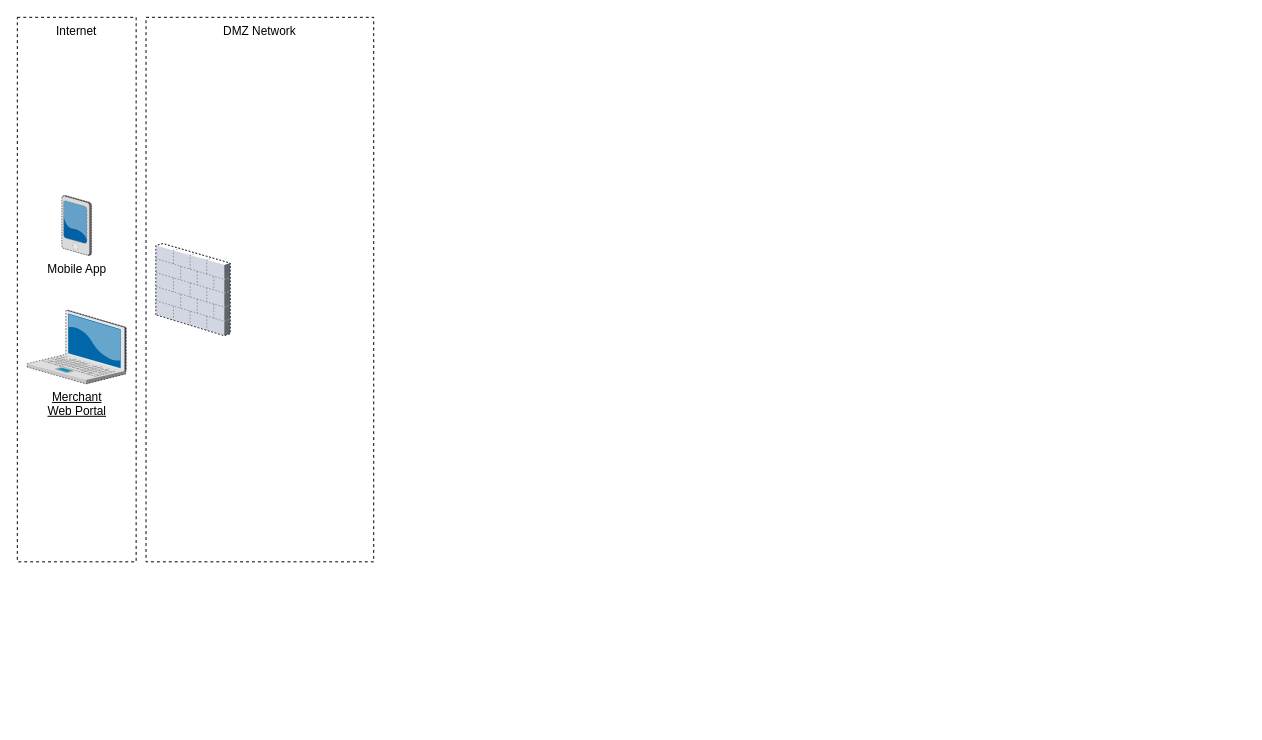
Above: Диаграмма без названия.drawio in psih0z/draw.io (draw.io), before the change. Source tidied: cells renumbered, new cells numbered last; positions are measured from the earlier drawing's top-left corner, leaving out a move shared by most shapes. Both pictures are drawn from the tidied source at 99%, with x=0, y=0 at pixel (17, 17).
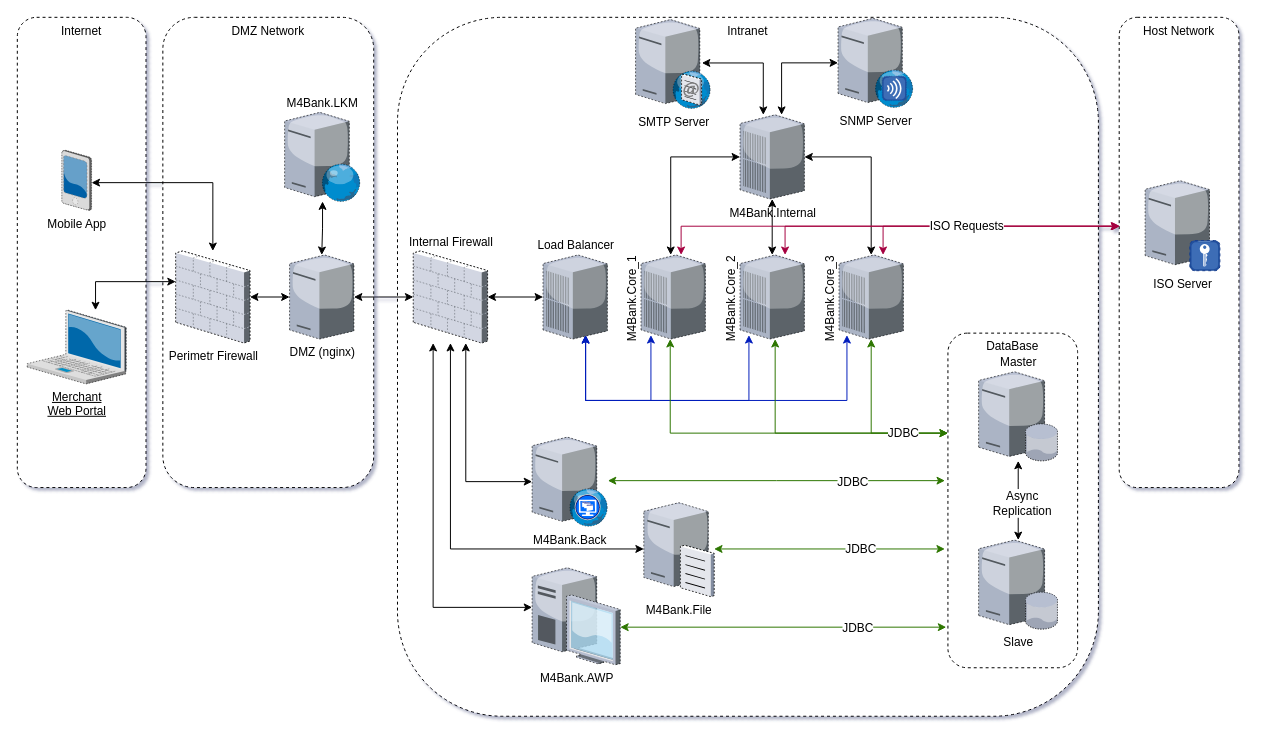
The same page after the edit.

The change refers to these unchanged cells:
```xml
<mxCell id="6" value="Merchant&lt;br&gt;Web Portal" style="verticalLabelPosition=bottom;html=1;verticalAlign=top;strokeColor=none;align=center;outlineConnect=0;shape=mxgraph.citrix.laptop_2;dashed=1;fontStyle=4;" parent="1" vertex="1">
  <mxGeometry x="10" y="295.8" width="100" height="74.5" as="geometry" />
</mxCell>
```

What changed in the source:
```diff
@@
-<mxGraphModel>
+<mxGraphModel shadow="1">
@@
+    <mxCell id="7" value="Host Network" style="whiteSpace=wrap;html=1;dashed=1;verticalAlign=top;rounded=1;" parent="1" vertex="1">
+      <mxGeometry x="1113" width="121" height="475" as="geometry" />
+    </mxCell>
+    <mxCell id="8" value="Intranet" style="whiteSpace=wrap;html=1;dashed=1;verticalAlign=top;rounded=1;" parent="1" vertex="1">
+      <mxGeometry x="384" width="708" height="706" as="geometry" />
+    </mxCell>
+    <mxCell id="3" value="DMZ Network" style="whiteSpace=wrap;html=1;dashed=1;verticalAlign=top;rounded=1;" parent="1" vertex="1">
+      <mxGeometry x="147" width="213" height="475" as="geometry" />
+    </mxCell>
-    <mxCell id="2" value="Internet" style="whiteSpace=wrap;html=1;dashed=1;verticalAlign=top;" parent="1" vertex="1">
-      <mxGeometry width="120" height="550" as="geometry" />
+    <mxCell id="2" value="Internet" style="whiteSpace=wrap;html=1;dashed=1;verticalAlign=top;rounded=1;" parent="1" vertex="1">
+      <mxGeometry width="130" height="475" as="geometry" />
     </mxCell>
-    <mxCell id="3" value="DMZ Network" style="whiteSpace=wrap;html=1;dashed=1;verticalAlign=top;" parent="1" vertex="1">
-      <mxGeometry x="130" width="230" height="550" as="geometry" />
-    </mxCell>
+    <mxCell id="9" style="edgeStyle=orthogonalEdgeStyle;rounded=0;jettySize=auto;html=1;startArrow=classic;startFill=1;" parent="1" edge="1" source="4" target="13">
+      <mxGeometry relative="1" as="geometry" />
+    </mxCell>
-    <mxCell id="4" style="verticalLabelPosition=bottom;html=1;verticalAlign=top;strokeColor=none;align=center;outlineConnect=0;shape=mxgraph.citrix.firewall;dashed=1;" parent="1" vertex="1">
-      <mxGeometry x="140" y="228.5" width="75" height="93" as="geometry" />
+    <mxCell id="4" value="Perimetr Firewall" style="verticalLabelPosition=bottom;html=1;verticalAlign=top;strokeColor=none;align=center;outlineConnect=0;shape=mxgraph.citrix.firewall;dashed=1;" parent="1" vertex="1">
+      <mxGeometry x="160" y="236" width="75" height="93" as="geometry" />
     </mxCell>
+    <mxCell id="10" style="edgeStyle=elbowEdgeStyle;rounded=0;jettySize=auto;elbow=vertical;html=1;startArrow=classic;startFill=1;" parent="1" edge="1" source="5" target="4">
+      <mxGeometry relative="1" as="geometry">
+        <Array as="points">
+          <mxPoint x="123" y="167" />
+        </Array>
+      </mxGeometry>
+    </mxCell>
     <mxCell id="5" value="Mobile App" style="verticalLabelPosition=bottom;html=1;verticalAlign=top;strokeColor=none;align=center;outlineConnect=0;shape=mxgraph.citrix.pda;dashed=1;" parent="1" vertex="1">
-      <mxGeometry x="45" y="179.8" width="30" height="61" as="geometry" />
+      <mxGeometry x="45" y="134.2" width="30" height="61" as="geometry" />
     </mxCell>
+    <mxCell id="11" style="edgeStyle=orthogonalEdgeStyle;rounded=0;jettySize=auto;html=1;startArrow=classic;startFill=1;" parent="1" edge="1" source="6" target="4">
+      <mxGeometry relative="1" as="geometry">
+        <Array as="points">
+          <mxPoint x="79" y="267" />
+        </Array>
+      </mxGeometry>
+    </mxCell>
@@
+    <mxCell id="12" style="edgeStyle=orthogonalEdgeStyle;rounded=0;jettySize=auto;html=1;startArrow=classic;startFill=1;" parent="1" edge="1" source="13" target="18">
+      <mxGeometry relative="1" as="geometry" />
+    </mxCell>
+    <mxCell id="13" value="DMZ (nginx)" style="verticalLabelPosition=bottom;html=1;verticalAlign=top;strokeColor=none;align=center;outlineConnect=0;shape=mxgraph.citrix.license_server;dashed=1;" parent="1" vertex="1">
+      <mxGeometry x="275" y="240" width="65" height="85" as="geometry" />
+    </mxCell>
+    <mxCell id="14" style="edgeStyle=orthogonalEdgeStyle;rounded=0;jettySize=auto;html=1;startArrow=classic;startFill=1;" parent="1" edge="1" source="15" target="13">
+      <mxGeometry relative="1" as="geometry" />
+    </mxCell>
+    <mxCell id="15" value="M4Bank.LKM" style="verticalLabelPosition=top;html=1;verticalAlign=bottom;strokeColor=none;align=center;outlineConnect=0;shape=mxgraph.citrix.web_server;dashed=1;horizontal=1;labelPosition=center;" parent="1" vertex="1">
+      <mxGeometry x="270" y="96" width="76.5" height="90" as="geometry" />
+    </mxCell>
+    <mxCell id="16" style="edgeStyle=orthogonalEdgeStyle;rounded=0;jettySize=auto;html=1;startArrow=classic;startFill=1;" parent="1" edge="1" source="18" target="20">
+      <mxGeometry relative="1" as="geometry" />
+    </mxCell>
+    <mxCell id="17" style="edgeStyle=elbowEdgeStyle;rounded=0;jettySize=auto;elbow=vertical;html=1;startArrow=classic;startFill=1;" parent="1" edge="1" source="18" target="55">
+      <mxGeometry relative="1" as="geometry">
+        <Array as="points">
+          <mxPoint x="420" y="596" />
+          <mxPoint x="508" y="605" />
+        </Array>
+      </mxGeometry>
+    </mxCell>
+    <mxCell id="18" value="Internal Firewall" style="verticalLabelPosition=top;html=1;verticalAlign=bottom;strokeColor=none;align=center;outlineConnect=0;shape=mxgraph.citrix.firewall;dashed=1;labelPosition=center;" parent="1" vertex="1">
+      <mxGeometry x="400" y="236" width="75" height="93" as="geometry" />
+    </mxCell>
+    <mxCell id="19" style="edgeStyle=elbowEdgeStyle;rounded=0;orthogonalLoop=1;jettySize=auto;html=1;startArrow=classic;startFill=1;elbow=vertical;fillColor=#0050ef;strokeColor=#001DBC;" parent="1" edge="1">
+      <mxGeometry relative="1" as="geometry">
+        <mxPoint x="574" y="321" as="sourcePoint" />
+        <mxPoint x="838" y="321" as="targetPoint" />
+        <Array as="points">
+          <mxPoint x="706" y="387" />
+        </Array>
+      </mxGeometry>
+    </mxCell>
+    <mxCell id="20" value="Load Balancer" style="verticalLabelPosition=top;html=1;verticalAlign=bottom;strokeColor=none;align=center;outlineConnect=0;shape=mxgraph.citrix.pbx_server;dashed=1;labelPosition=center;" parent="1" vertex="1">
+      <mxGeometry x="531" y="240" width="65" height="85" as="geometry" />
+    </mxCell>
+    <mxCell id="21" style="edgeStyle=orthogonalEdgeStyle;rounded=0;jettySize=auto;html=1;startArrow=classic;startFill=1;" parent="1" edge="1" source="22" target="25">
+      <mxGeometry relative="1" as="geometry" />
+    </mxCell>
+    <mxCell id="22" value="M4Bank.Core_2" style="verticalLabelPosition=middle;html=1;verticalAlign=bottom;strokeColor=none;align=right;outlineConnect=0;shape=mxgraph.citrix.pbx_server;dashed=1;labelPosition=left;horizontal=0;" parent="1" vertex="1">
+      <mxGeometry x="730" y="240" width="65" height="85" as="geometry" />
+    </mxCell>
+    <mxCell id="23" style="edgeStyle=orthogonalEdgeStyle;rounded=0;orthogonalLoop=1;jettySize=auto;html=1;startArrow=classic;startFill=1;" parent="1" edge="1">
+      <mxGeometry relative="1" as="geometry">
+        <mxPoint x="753.5" y="98.5" as="sourcePoint" />
+        <mxPoint x="691.5" y="46.1" as="targetPoint" />
+        <Array as="points">
+          <mxPoint x="754" y="46" />
+        </Array>
+      </mxGeometry>
+    </mxCell>
+    <mxCell id="24" style="edgeStyle=elbowEdgeStyle;rounded=0;jettySize=auto;elbow=vertical;html=1;startArrow=classic;startFill=1;" parent="1" edge="1" source="25" target="48">
+      <mxGeometry relative="1" as="geometry">
+        <Array as="points">
+          <mxPoint x="772" y="46" />
+          <mxPoint x="772" y="68" />
+          <mxPoint x="805" y="46" />
+        </Array>
+      </mxGeometry>
+    </mxCell>
+    <mxCell id="25" value="M4Bank.Internal" style="verticalLabelPosition=bottom;html=1;verticalAlign=top;strokeColor=none;align=center;outlineConnect=0;shape=mxgraph.citrix.pbx_server;dashed=1;" parent="1" vertex="1">
+      <mxGeometry x="730" y="98.5" width="65" height="85" as="geometry" />
+    </mxCell>
+    <mxCell id="26" style="edgeStyle=orthogonalEdgeStyle;rounded=0;jettySize=auto;html=1;startArrow=classic;startFill=1;" parent="1" edge="1" source="29" target="25">
+      <mxGeometry relative="1" as="geometry">
+        <Array as="points">
+          <mxPoint x="863" y="141" />
+        </Array>
+      </mxGeometry>
+    </mxCell>
+    <mxCell id="27" style="edgeStyle=elbowEdgeStyle;rounded=0;orthogonalLoop=1;jettySize=auto;elbow=vertical;html=1;startArrow=classic;startFill=1;fillColor=#d80073;strokeColor=#A50040;" parent="1" edge="1">
+      <mxGeometry relative="1" as="geometry">
+        <mxPoint x="874.5" y="240" as="sourcePoint" />
+        <mxPoint x="1114" y="211" as="targetPoint" />
+        <Array as="points">
+          <mxPoint x="1004" y="211" />
+        </Array>
+      </mxGeometry>
+    </mxCell>
+    <mxCell id="28" style="edgeStyle=elbowEdgeStyle;rounded=0;jettySize=auto;elbow=vertical;html=1;startArrow=classic;startFill=1;fillColor=#60a917;strokeColor=#2D7600;" parent="1" edge="1" source="29" target="34">
+      <mxGeometry relative="1" as="geometry">
+        <Array as="points">
+          <mxPoint x="918" y="420" />
+        </Array>
+      </mxGeometry>
+    </mxCell>
+    <mxCell id="29" value="M4Bank.Core_3" style="verticalLabelPosition=middle;html=1;verticalAlign=bottom;strokeColor=none;align=right;outlineConnect=0;shape=mxgraph.citrix.pbx_server;dashed=1;horizontal=0;labelPosition=left;" parent="1" vertex="1">
+      <mxGeometry x="830" y="240" width="65" height="85" as="geometry" />
+    </mxCell>
+    <mxCell id="30" style="edgeStyle=orthogonalEdgeStyle;rounded=0;jettySize=auto;html=1;startArrow=classic;startFill=1;" parent="1" edge="1" source="31" target="25">
+      <mxGeometry relative="1" as="geometry">
+        <Array as="points">
+          <mxPoint x="660" y="141" />
+        </Array>
+      </mxGeometry>
+    </mxCell>
+    <mxCell id="31" value="M4Bank.Core_1" style="verticalLabelPosition=middle;html=1;verticalAlign=bottom;strokeColor=none;align=right;outlineConnect=0;shape=mxgraph.citrix.pbx_server;dashed=1;labelPosition=left;horizontal=0;" parent="1" vertex="1">
+      <mxGeometry x="630" y="240" width="65" height="85" as="geometry" />
+    </mxCell>
+    <mxCell id="32" value="SMTP Server" style="verticalLabelPosition=bottom;html=1;verticalAlign=top;strokeColor=none;align=center;shape=mxgraph.citrix.smtp_server;dashed=1;" parent="1" vertex="1">
+      <mxGeometry x="624.5" width="76" height="92" as="geometry" />
+    </mxCell>
+    <mxCell id="33" style="group;" parent="1" vertex="1">
+      <mxGeometry x="940" y="319" width="131" height="338" as="geometry" />
+    </mxCell>
+    <mxCell id="34" value="DataBase" style="whiteSpace=wrap;html=1;dashed=1;verticalAlign=top;rounded=1;" parent="33" vertex="1">
+      <mxGeometry width="131" height="338" as="geometry" />
+    </mxCell>
+    <mxCell id="35" style="group;rounded=0;" parent="33" vertex="1">
+      <mxGeometry x="31" y="39" width="80" height="260" as="geometry" />
+    </mxCell>
+    <mxCell id="36" value="Master&lt;br&gt;" style="verticalLabelPosition=top;html=1;verticalAlign=bottom;strokeColor=none;align=center;outlineConnect=0;shape=mxgraph.citrix.database_server;dashed=1;labelPosition=center;" parent="35" vertex="1">
+      <mxGeometry width="80" height="90" as="geometry" />
+    </mxCell>
+    <mxCell id="37" value="Slave&lt;br&gt;" style="verticalLabelPosition=bottom;html=1;verticalAlign=top;strokeColor=none;align=center;outlineConnect=0;shape=mxgraph.citrix.database_server;dashed=1;" parent="35" vertex="1">
+      <mxGeometry y="170" width="80" height="90" as="geometry" />
+    </mxCell>
+    <mxCell id="38" style="edgeStyle=orthogonalEdgeStyle;rounded=0;jettySize=auto;html=1;startArrow=classic;startFill=1;" parent="35" edge="1" source="36" target="37">
+      <mxGeometry relative="1" as="geometry" />
+    </mxCell>
+    <mxCell id="39" value="Async&lt;br&gt;Replication" style="text;html=1;align=center;verticalAlign=middle;labelBackgroundColor=#ffffff;" parent="38" vertex="1">
+      <mxGeometry x="0.02" y="3" relative="1" as="geometry">
+        <mxPoint y="1" as="offset" />
+      </mxGeometry>
+    </mxCell>
+    <mxCell id="40" style="edgeStyle=elbowEdgeStyle;rounded=0;orthogonalLoop=1;jettySize=auto;html=1;startArrow=classic;startFill=1;elbow=vertical;fillColor=#0050ef;strokeColor=#001DBC;" parent="1" edge="1">
+      <mxGeometry relative="1" as="geometry">
+        <mxPoint x="574" y="321" as="sourcePoint" />
+        <mxPoint x="739" y="321" as="targetPoint" />
+        <Array as="points">
+          <mxPoint x="651" y="387" />
+        </Array>
+      </mxGeometry>
+    </mxCell>
+    <mxCell id="41" style="edgeStyle=elbowEdgeStyle;rounded=0;orthogonalLoop=1;jettySize=auto;html=1;startArrow=classic;startFill=1;elbow=vertical;fillColor=#0050ef;strokeColor=#001DBC;" parent="1" edge="1">
+      <mxGeometry relative="1" as="geometry">
+        <mxPoint x="574" y="321" as="sourcePoint" />
+        <mxPoint x="640" y="321" as="targetPoint" />
+        <Array as="points">
+          <mxPoint x="651" y="387" />
+        </Array>
+      </mxGeometry>
+    </mxCell>
+    <mxCell id="42" style="edgeStyle=elbowEdgeStyle;rounded=0;orthogonalLoop=1;jettySize=auto;elbow=vertical;html=1;startArrow=classic;startFill=1;fillColor=#60a917;strokeColor=#2D7600;" parent="1" edge="1">
+      <mxGeometry relative="1" as="geometry">
+        <mxPoint x="765.5" y="325" as="sourcePoint" />
+        <mxPoint x="940" y="420" as="targetPoint" />
+        <Array as="points">
+          <mxPoint x="675" y="420" />
+        </Array>
+      </mxGeometry>
+    </mxCell>
+    <mxCell id="43" style="edgeStyle=elbowEdgeStyle;rounded=0;orthogonalLoop=1;jettySize=auto;elbow=vertical;html=1;startArrow=classic;startFill=1;fillColor=#60a917;strokeColor=#2D7600;" parent="1" edge="1">
+      <mxGeometry relative="1" as="geometry">
+        <mxPoint x="659.5" y="325" as="sourcePoint" />
+        <mxPoint x="940" y="420" as="targetPoint" />
+        <Array as="points">
+          <mxPoint x="715" y="420" />
+        </Array>
+      </mxGeometry>
+    </mxCell>
+    <mxCell id="44" value="JDBC" style="text;html=1;align=center;verticalAlign=middle;labelBackgroundColor=#ffffff;" parent="43" vertex="1">
+      <mxGeometry x="0.76" y="4" relative="1" as="geometry">
+        <mxPoint y="3" as="offset" />
+      </mxGeometry>
+    </mxCell>
+    <mxCell id="45" style="edgeStyle=elbowEdgeStyle;rounded=0;orthogonalLoop=1;jettySize=auto;elbow=vertical;html=1;startArrow=classic;startFill=1;fillColor=#d80073;strokeColor=#A50040;" parent="1" edge="1">
+      <mxGeometry relative="1" as="geometry">
+        <mxPoint x="670.5" y="240" as="sourcePoint" />
+        <mxPoint x="1113" y="211" as="targetPoint" />
+        <Array as="points">
+          <mxPoint x="800" y="211" />
+        </Array>
+      </mxGeometry>
+    </mxCell>
+    <mxCell id="46" style="edgeStyle=elbowEdgeStyle;rounded=0;orthogonalLoop=1;jettySize=auto;elbow=vertical;html=1;startArrow=classic;startFill=1;fillColor=#d80073;strokeColor=#A50040;" parent="1" edge="1">
+      <mxGeometry relative="1" as="geometry">
+        <mxPoint x="775.5" y="240" as="sourcePoint" />
+        <mxPoint x="1113" y="211" as="targetPoint" />
+        <Array as="points">
+          <mxPoint x="905" y="211" />
+        </Array>
+      </mxGeometry>
+    </mxCell>
+    <mxCell id="47" value="ISO Requests" style="text;html=1;align=center;verticalAlign=middle;labelBackgroundColor=#ffffff;" parent="46" vertex="1">
+      <mxGeometry x="0.15" y="3" relative="1" as="geometry">
+        <mxPoint x="1" y="2" as="offset" />
+      </mxGeometry>
+    </mxCell>
+    <mxCell id="48" value="SNMP Server" style="verticalLabelPosition=bottom;html=1;verticalAlign=top;strokeColor=none;align=center;outlineConnect=0;shape=mxgraph.citrix.xenapp_services;rounded=1;dashed=1;" parent="1" vertex="1">
+      <mxGeometry x="829" y="1" width="76" height="90" as="geometry" />
+    </mxCell>
+    <mxCell id="49" style="edgeStyle=elbowEdgeStyle;rounded=0;jettySize=auto;elbow=vertical;html=1;startArrow=classic;startFill=1;entryX=-0.023;entryY=0.811;entryDx=0;entryDy=0;entryPerimeter=0;fillColor=#60a917;strokeColor=#2D7600;" parent="1" edge="1" source="52">
+      <mxGeometry relative="1" as="geometry">
+        <mxPoint x="936.9" y="537.1" as="targetPoint" />
+      </mxGeometry>
+    </mxCell>
+    <mxCell id="50" value="JDBC" style="text;html=1;align=center;verticalAlign=middle;labelBackgroundColor=#ffffff;" parent="49" vertex="1">
+      <mxGeometry x="0.27" relative="1" as="geometry" />
+    </mxCell>
+    <mxCell id="51" style="edgeStyle=elbowEdgeStyle;rounded=0;orthogonalLoop=1;jettySize=auto;elbow=vertical;html=1;startArrow=classic;startFill=1;" parent="1" edge="1">
+      <mxGeometry relative="1" as="geometry">
+        <mxPoint x="632.8" y="537" as="sourcePoint" />
+        <mxPoint x="437.5" y="329" as="targetPoint" />
+        <Array as="points">
+          <mxPoint x="541" y="537" />
+          <mxPoint x="541" y="541" />
+        </Array>
+      </mxGeometry>
+    </mxCell>
+    <mxCell id="52" value="M4Bank.File" style="verticalLabelPosition=bottom;html=1;verticalAlign=top;strokeColor=none;align=center;outlineConnect=0;shape=mxgraph.citrix.file_server;rounded=1;dashed=1;" parent="1" vertex="1">
+      <mxGeometry x="632.8" y="488" width="71" height="97" as="geometry" />
+    </mxCell>
+    <mxCell id="53" style="edgeStyle=elbowEdgeStyle;rounded=0;orthogonalLoop=1;jettySize=auto;elbow=vertical;html=1;startArrow=classic;startFill=1;entryX=-0.013;entryY=0.891;entryDx=0;entryDy=0;fillColor=#60a917;strokeColor=#2D7600;entryPerimeter=0;" parent="1" edge="1">
+      <mxGeometry relative="1" as="geometry">
+        <mxPoint x="609" y="616" as="sourcePoint" />
+        <mxPoint x="938.3" y="616.3" as="targetPoint" />
+        <Array as="points">
+          <mxPoint x="739" y="616" />
+          <mxPoint x="750" y="644" />
+        </Array>
+      </mxGeometry>
+    </mxCell>
+    <mxCell id="54" value="JDBC" style="text;html=1;align=center;verticalAlign=middle;labelBackgroundColor=#ffffff;" parent="53" vertex="1">
+      <mxGeometry x="1" y="-89" relative="1" as="geometry">
+        <mxPoint x="-0.5" y="-0.5" as="offset" />
+      </mxGeometry>
+    </mxCell>
+    <mxCell id="55" value="M4Bank.AWP" style="verticalLabelPosition=bottom;html=1;verticalAlign=top;strokeColor=none;align=center;outlineConnect=0;shape=mxgraph.citrix.desktop;rounded=1;dashed=1;" parent="1" vertex="1">
+      <mxGeometry x="520" y="556" width="89" height="98" as="geometry" />
+    </mxCell>
+    <mxCell id="56" style="edgeStyle=elbowEdgeStyle;rounded=0;jettySize=auto;elbow=vertical;html=1;startArrow=classic;startFill=1;fillColor=#60a917;strokeColor=#2D7600;" parent="1" edge="1" source="59">
+      <mxGeometry relative="1" as="geometry">
+        <mxPoint x="937" y="468" as="targetPoint" />
+      </mxGeometry>
+    </mxCell>
+    <mxCell id="57" value="JDBC" style="text;html=1;align=center;verticalAlign=middle;labelBackgroundColor=#ffffff;" parent="56" vertex="1">
+      <mxGeometry x="0.45" y="-3" relative="1" as="geometry">
+        <mxPoint y="-2" as="offset" />
+      </mxGeometry>
+    </mxCell>
+    <mxCell id="58" style="edgeStyle=elbowEdgeStyle;rounded=0;jettySize=auto;elbow=vertical;html=1;startArrow=classic;startFill=1;" parent="1" edge="1" source="59" target="18">
+      <mxGeometry relative="1" as="geometry">
+        <Array as="points">
+          <mxPoint x="453" y="469" />
+          <mxPoint x="497" y="469" />
+          <mxPoint x="497" y="469" />
+        </Array>
+      </mxGeometry>
+    </mxCell>
+    <mxCell id="59" value="M4Bank.Back" style="verticalLabelPosition=bottom;html=1;verticalAlign=top;strokeColor=none;align=center;outlineConnect=0;shape=mxgraph.citrix.desktop_web;rounded=1;dashed=1;" parent="1" vertex="1">
+      <mxGeometry x="520" y="424" width="76.5" height="90" as="geometry" />
+    </mxCell>
+    <mxCell id="60" value="ISO Server" style="verticalLabelPosition=bottom;html=1;verticalAlign=top;strokeColor=none;align=center;shape=mxgraph.citrix.radius_server;rounded=1;dashed=1;" parent="1" vertex="1">
+      <mxGeometry x="1139.2" y="165" width="75.5" height="91" as="geometry" />
+    </mxCell>
```
